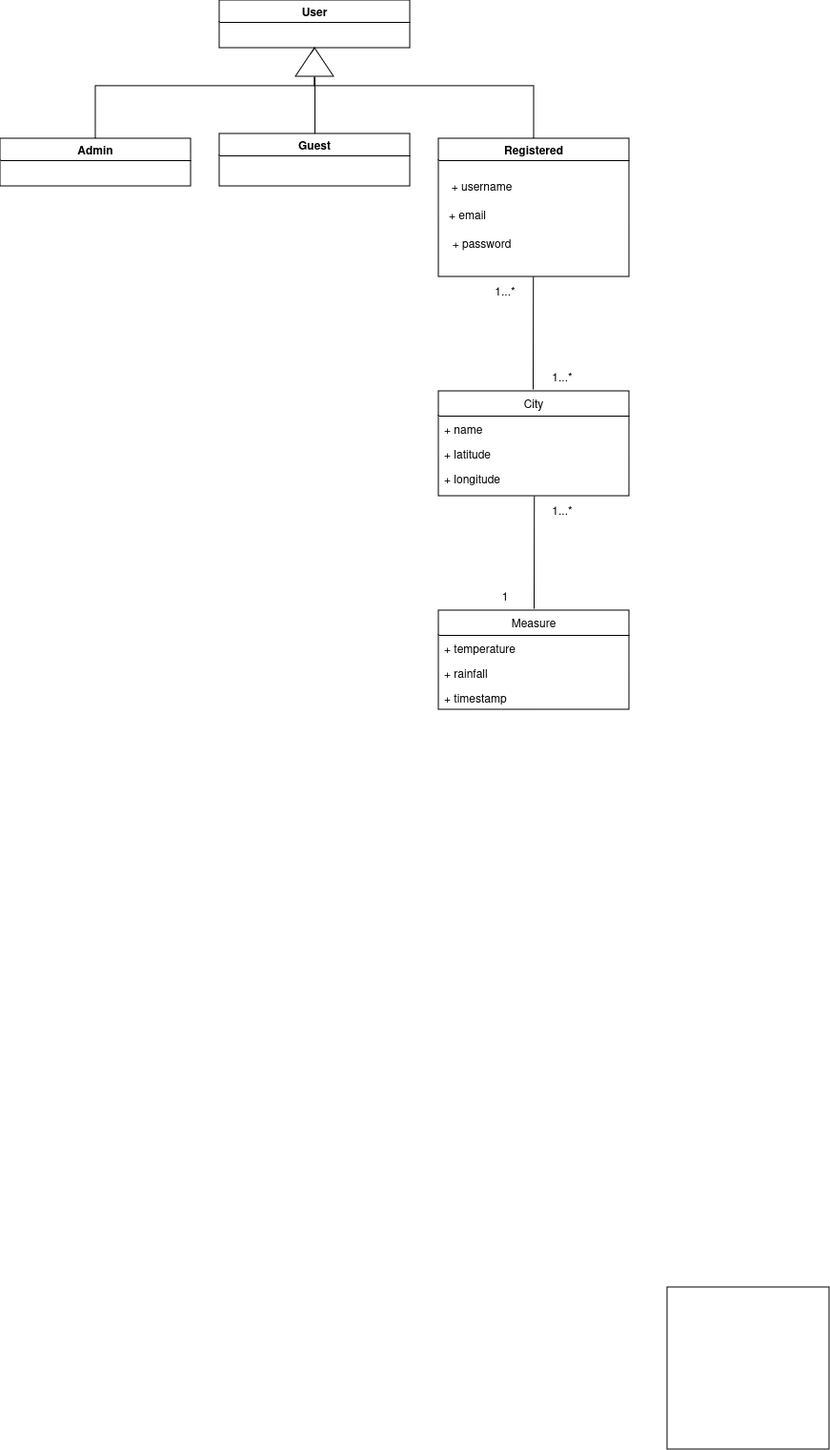
Before: uml.png, a diagram exported from draw.io (AlessioSmn/Italy-Weather-Prediction-App). Source tidied: cells renumbered, new cells last; positions are measured from the earlier drawing's top-left corner, leaving out a move shared by most shapes.
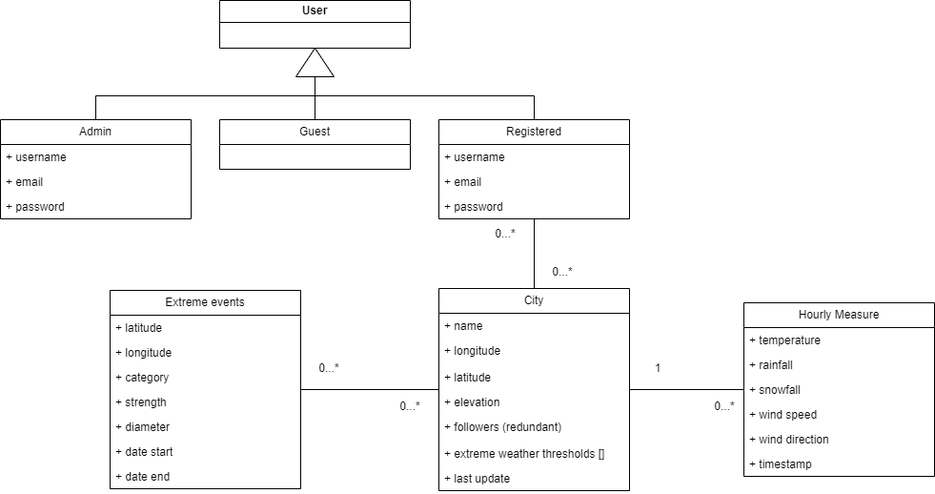
Later version of the same file.

Change to the diagram source:
```diff
@@ -2,66 +2,99 @@
   <root>
     <mxCell id="0" />
     <mxCell id="1" parent="0" />
-    <mxCell id="2" style="whiteSpace=wrap;html=1;" parent="1" vertex="1">
-      <mxGeometry x="700" y="1350" width="170" height="170" as="geometry" />
-    </mxCell>
     <mxCell id="3" value="User" style="swimlane;whiteSpace=wrap;html=1;startSize=23;" parent="1" vertex="1">
-      <mxGeometry x="230" width="200" height="50" as="geometry" />
+      <mxGeometry x="-60" y="-190" width="200" height="50" as="geometry" />
     </mxCell>
-    <mxCell id="4" style="edgeStyle=orthogonalEdgeStyle;rounded=0;jettySize=auto;html=1;exitX=0.5;exitY=0;exitDx=0;exitDy=0;entryX=0.5;entryY=1;entryDx=0;entryDy=0;" parent="1" edge="1" source="5" target="3">
+    <mxCell id="4" style="edgeStyle=orthogonalEdgeStyle;rounded=0;jettySize=auto;html=1;entryX=0.5;entryY=1;entryDx=0;entryDy=0;" parent="1" edge="1" source="5" target="3">
       <mxGeometry relative="1" as="geometry" />
     </mxCell>
-    <mxCell id="5" value="Guest" style="swimlane;whiteSpace=wrap;html=1;" parent="1" vertex="1">
-      <mxGeometry x="230" y="140" width="200" height="55" as="geometry" />
-    </mxCell>
-    <mxCell id="6" style="edgeStyle=orthogonalEdgeStyle;rounded=0;jettySize=auto;html=1;exitX=0.5;exitY=0;exitDx=0;exitDy=0;entryX=0.5;entryY=1;entryDx=0;entryDy=0;" parent="1" edge="1" source="7" target="3">
+    <mxCell id="6" style="edgeStyle=orthogonalEdgeStyle;rounded=0;jettySize=auto;html=1;entryX=0.5;entryY=1;entryDx=0;entryDy=0;" parent="1" edge="1" source="7" target="3">
       <mxGeometry relative="1" as="geometry">
         <Array as="points">
-          <mxPoint x="100" y="90" />
-          <mxPoint x="330" y="90" />
+          <mxPoint x="-190" y="-90" />
+          <mxPoint x="40" y="-90" />
         </Array>
       </mxGeometry>
     </mxCell>
-    <mxCell id="7" value="Admin" style="swimlane;whiteSpace=wrap;html=1;" parent="1" vertex="1">
-      <mxGeometry y="145" width="200" height="50" as="geometry" />
-    </mxCell>
     <mxCell id="8" style="edgeStyle=orthogonalEdgeStyle;rounded=0;jettySize=auto;html=1;entryX=1;entryY=0.5;entryDx=0;entryDy=0;" parent="1" edge="1" source="9" target="13">
       <mxGeometry relative="1" as="geometry">
         <Array as="points">
-          <mxPoint x="560" y="90" />
-          <mxPoint x="330" y="90" />
+          <mxPoint x="270" y="-90" />
+          <mxPoint x="40" y="-90" />
         </Array>
       </mxGeometry>
     </mxCell>
-    <mxCell id="9" value="Registered" style="swimlane;whiteSpace=wrap;html=1;startSize=23;" parent="1" vertex="1">
-      <mxGeometry x="460" y="145" width="200" height="145" as="geometry" />
-    </mxCell>
-    <mxCell id="10" value="&lt;div&gt;+ username&lt;/div&gt;" style="text;html=1;align=center;verticalAlign=middle;strokeColor=none;fillColor=none;" parent="9" vertex="1">
-      <mxGeometry y="35" width="90" height="30" as="geometry" />
-    </mxCell>
-    <mxCell id="11" value="+ email" style="text;html=1;align=center;verticalAlign=middle;strokeColor=none;fillColor=none;" parent="9" vertex="1">
-      <mxGeometry y="65" width="60" height="30" as="geometry" />
-    </mxCell>
-    <mxCell id="12" value="+ password" style="text;html=1;align=center;verticalAlign=middle;strokeColor=none;fillColor=none;" parent="9" vertex="1">
-      <mxGeometry y="95" width="90" height="30" as="geometry" />
-    </mxCell>
     <mxCell id="13" style="triangle;whiteSpace=wrap;html=1;direction=north;" parent="1" vertex="1">
-      <mxGeometry x="310" y="50" width="40" height="30" as="geometry" />
+      <mxGeometry x="20" y="-140" width="40" height="30" as="geometry" />
     </mxCell>
+    <mxCell id="22" style="endArrow=none;html=1;rounded=0;" parent="1" edge="1" source="14" target="9">
+      <mxGeometry relative="1" as="geometry" />
+    </mxCell>
+    <mxCell id="25" style="endArrow=none;html=1;rounded=0;" parent="1" edge="1" source="18" target="14">
+      <mxGeometry relative="1" as="geometry" />
+    </mxCell>
+    <mxCell id="28" value="Extreme events" style="swimlane;fontStyle=0;horizontal=1;startSize=26;fillColor=none;whiteSpace=wrap;html=1;" parent="1" vertex="1">
+      <mxGeometry x="-175" y="114" width="200" height="208" as="geometry" />
+    </mxCell>
+    <mxCell id="29" value="+ latitude" style="text;strokeColor=none;fillColor=none;align=left;verticalAlign=top;spacingLeft=4;spacingRight=4;overflow=hidden;whiteSpace=wrap;html=1;" parent="28" vertex="1">
+      <mxGeometry y="26" width="200" height="26" as="geometry" />
+    </mxCell>
+    <mxCell id="30" value="+ longitude" style="text;strokeColor=none;fillColor=none;align=left;verticalAlign=top;spacingLeft=4;spacingRight=4;overflow=hidden;whiteSpace=wrap;html=1;" parent="28" vertex="1">
+      <mxGeometry y="52" width="200" height="26" as="geometry" />
+    </mxCell>
+    <mxCell id="31" value="+ category" style="text;strokeColor=none;fillColor=none;align=left;verticalAlign=top;spacingLeft=4;spacingRight=4;overflow=hidden;whiteSpace=wrap;html=1;" parent="28" vertex="1">
+      <mxGeometry y="78" width="200" height="26" as="geometry" />
+    </mxCell>
+    <mxCell id="32" value="+ strength" style="text;strokeColor=none;fillColor=none;align=left;verticalAlign=top;spacingLeft=4;spacingRight=4;overflow=hidden;whiteSpace=wrap;html=1;" parent="28" vertex="1">
+      <mxGeometry y="104" width="200" height="26" as="geometry" />
+    </mxCell>
+    <mxCell id="33" value="+ diameter" style="text;strokeColor=none;fillColor=none;align=left;verticalAlign=top;spacingLeft=4;spacingRight=4;overflow=hidden;whiteSpace=wrap;html=1;" parent="28" vertex="1">
+      <mxGeometry y="130" width="200" height="26" as="geometry" />
+    </mxCell>
+    <mxCell id="34" value="+ date start" style="text;strokeColor=none;fillColor=none;align=left;verticalAlign=top;spacingLeft=4;spacingRight=4;overflow=hidden;whiteSpace=wrap;html=1;" parent="28" vertex="1">
+      <mxGeometry y="156" width="200" height="26" as="geometry" />
+    </mxCell>
+    <mxCell id="35" value="+ date end" style="text;strokeColor=none;fillColor=none;align=left;verticalAlign=top;spacingLeft=4;spacingRight=4;overflow=hidden;whiteSpace=wrap;html=1;" parent="28" vertex="1">
+      <mxGeometry y="182" width="200" height="26" as="geometry" />
+    </mxCell>
+    <mxCell id="36" style="edgeStyle=orthogonalEdgeStyle;rounded=0;jettySize=auto;html=1;endArrow=none;endFill=0;" parent="1" edge="1" source="28" target="14">
+      <mxGeometry relative="1" as="geometry" />
+    </mxCell>
+    <mxCell id="37" value="0...*" style="text;html=1;align=center;verticalAlign=middle;whiteSpace=wrap;rounded=0;" parent="1" vertex="1">
+      <mxGeometry x="25" y="181" width="60" height="30" as="geometry" />
+    </mxCell>
+    <mxCell id="38" value="0...*" style="text;html=1;align=center;verticalAlign=middle;whiteSpace=wrap;rounded=0;" parent="1" vertex="1">
+      <mxGeometry x="110" y="221" width="60" height="30" as="geometry" />
+    </mxCell>
     <mxCell id="14" value="City" style="swimlane;fontStyle=0;horizontal=1;startSize=26;fillColor=none;whiteSpace=wrap;html=1;" parent="1" vertex="1">
-      <mxGeometry x="460" y="410" width="200" height="110" as="geometry" />
+      <mxGeometry x="170" y="112" width="200" height="212" as="geometry" />
     </mxCell>
     <mxCell id="15" value="+ name" style="text;strokeColor=none;fillColor=none;align=left;verticalAlign=top;spacingLeft=4;spacingRight=4;overflow=hidden;whiteSpace=wrap;html=1;" parent="14" vertex="1">
       <mxGeometry y="26" width="200" height="26" as="geometry" />
     </mxCell>
+    <mxCell id="17" value="+ longitude" style="text;strokeColor=none;fillColor=none;align=left;verticalAlign=top;spacingLeft=4;spacingRight=4;overflow=hidden;whiteSpace=wrap;html=1;" parent="14" vertex="1">
+      <mxGeometry y="52" width="200" height="28" as="geometry" />
+    </mxCell>
+    <mxCell id="39" value="+ latitude" style="text;strokeColor=none;fillColor=none;align=left;verticalAlign=top;spacingLeft=4;spacingRight=4;overflow=hidden;whiteSpace=wrap;html=1;" parent="14" vertex="1">
+      <mxGeometry y="80" width="200" height="26" as="geometry" />
+    </mxCell>
+    <mxCell id="40" value="+ elevation" style="text;strokeColor=none;fillColor=none;align=left;verticalAlign=top;spacingLeft=4;spacingRight=4;overflow=hidden;whiteSpace=wrap;html=1;" parent="14" vertex="1">
+      <mxGeometry y="106" width="200" height="26" as="geometry" />
+    </mxCell>
+    <mxCell id="41" value="+ followers (redundant)" style="text;strokeColor=none;fillColor=none;align=left;verticalAlign=top;spacingLeft=4;spacingRight=4;overflow=hidden;whiteSpace=wrap;html=1;" parent="14" vertex="1">
+      <mxGeometry y="132" width="200" height="28" as="geometry" />
+    </mxCell>
+    <mxCell id="42" value="+ extreme weather thresholds []" style="text;strokeColor=none;fillColor=none;align=left;verticalAlign=top;spacingLeft=4;spacingRight=4;overflow=hidden;whiteSpace=wrap;html=1;" parent="14" vertex="1">
+      <mxGeometry y="160" width="200" height="26" as="geometry" />
+    </mxCell>
-    <mxCell id="16" value="+ latitude" style="text;strokeColor=none;fillColor=none;align=left;verticalAlign=top;spacingLeft=4;spacingRight=4;overflow=hidden;whiteSpace=wrap;html=1;" parent="14" vertex="1">
-      <mxGeometry y="52" width="200" height="26" as="geometry" />
+    <mxCell id="16" value="+ last update" style="text;strokeColor=none;fillColor=none;align=left;verticalAlign=top;spacingLeft=4;spacingRight=4;overflow=hidden;whiteSpace=wrap;html=1;" parent="14" vertex="1">
+      <mxGeometry y="186" width="200" height="26" as="geometry" />
     </mxCell>
-    <mxCell id="17" value="+ longitude" style="text;strokeColor=none;fillColor=none;align=left;verticalAlign=top;spacingLeft=4;spacingRight=4;overflow=hidden;whiteSpace=wrap;html=1;" parent="14" vertex="1">
-      <mxGeometry y="78" width="200" height="32" as="geometry" />
-    </mxCell>
+    <mxCell id="24" value="0...*" style="text;html=1;align=center;verticalAlign=middle;whiteSpace=wrap;rounded=0;" parent="1" vertex="1">
+      <mxGeometry x="270" y="80" width="60" height="30" as="geometry" />
+    </mxCell>
-    <mxCell id="18" value="Measure" style="swimlane;fontStyle=0;horizontal=1;startSize=26;fillColor=none;whiteSpace=wrap;html=1;" parent="1" vertex="1">
-      <mxGeometry x="460" y="640" width="200" height="104" as="geometry" />
+    <mxCell id="18" value="Hourly Measure" style="swimlane;fontStyle=0;horizontal=1;startSize=26;fillColor=none;whiteSpace=wrap;html=1;" parent="1" vertex="1">
+      <mxGeometry x="490" y="127" width="200" height="182" as="geometry" />
     </mxCell>
     <mxCell id="19" value="+ temperature" style="text;strokeColor=none;fillColor=none;align=left;verticalAlign=top;spacingLeft=4;spacingRight=4;overflow=hidden;whiteSpace=wrap;html=1;" parent="18" vertex="1">
       <mxGeometry y="26" width="200" height="26" as="geometry" />
@@ -69,32 +102,53 @@
     <mxCell id="20" value="+ rainfall" style="text;strokeColor=none;fillColor=none;align=left;verticalAlign=top;spacingLeft=4;spacingRight=4;overflow=hidden;whiteSpace=wrap;html=1;" parent="18" vertex="1">
       <mxGeometry y="52" width="200" height="26" as="geometry" />
     </mxCell>
+    <mxCell id="43" value="+ snowfall" style="text;strokeColor=none;fillColor=none;align=left;verticalAlign=top;spacingLeft=4;spacingRight=4;overflow=hidden;whiteSpace=wrap;html=1;" parent="18" vertex="1">
+      <mxGeometry y="78" width="200" height="26" as="geometry" />
+    </mxCell>
+    <mxCell id="44" value="+ wind speed" style="text;strokeColor=none;fillColor=none;align=left;verticalAlign=top;spacingLeft=4;spacingRight=4;overflow=hidden;whiteSpace=wrap;html=1;" parent="18" vertex="1">
+      <mxGeometry y="104" width="200" height="26" as="geometry" />
+    </mxCell>
+    <mxCell id="45" value="+ wind direction" style="text;strokeColor=none;fillColor=none;align=left;verticalAlign=top;spacingLeft=4;spacingRight=4;overflow=hidden;whiteSpace=wrap;html=1;" parent="18" vertex="1">
+      <mxGeometry y="130" width="200" height="26" as="geometry" />
+    </mxCell>
     <mxCell id="21" value="+ timestamp" style="text;strokeColor=none;fillColor=none;align=left;verticalAlign=top;spacingLeft=4;spacingRight=4;overflow=hidden;whiteSpace=wrap;html=1;" parent="18" vertex="1">
-      <mxGeometry y="78" width="200" height="26" as="geometry" />
+      <mxGeometry y="156" width="200" height="26" as="geometry" />
     </mxCell>
-    <mxCell id="22" style="endArrow=none;html=1;rounded=0;" parent="1" edge="1">
-      <mxGeometry relative="1" as="geometry">
-        <mxPoint x="559" y="408" as="sourcePoint" />
-        <mxPoint x="559.2" y="290" as="targetPoint" />
-      </mxGeometry>
-    </mxCell>
+    <mxCell id="27" value="1" style="text;html=1;align=center;verticalAlign=middle;whiteSpace=wrap;rounded=0;" parent="1" vertex="1">
+      <mxGeometry x="370" y="181" width="60" height="30" as="geometry" />
+    </mxCell>
+    <mxCell id="26" value="0...*" style="text;html=1;align=center;verticalAlign=middle;whiteSpace=wrap;rounded=0;" parent="1" vertex="1">
+      <mxGeometry x="440" y="221" width="60" height="30" as="geometry" />
+    </mxCell>
+    <mxCell id="7" value="Admin" style="swimlane;fontStyle=0;horizontal=1;startSize=26;fillColor=none;whiteSpace=wrap;html=1;" parent="1" vertex="1">
+      <mxGeometry x="-290" y="-65" width="200" height="104" as="geometry" />
+    </mxCell>
+    <mxCell id="46" value="+ username" style="text;strokeColor=none;fillColor=none;align=left;verticalAlign=top;spacingLeft=4;spacingRight=4;overflow=hidden;whiteSpace=wrap;html=1;" parent="7" vertex="1">
+      <mxGeometry y="26" width="200" height="26" as="geometry" />
+    </mxCell>
+    <mxCell id="47" value="+ email" style="text;strokeColor=none;fillColor=none;align=left;verticalAlign=top;spacingLeft=4;spacingRight=4;overflow=hidden;whiteSpace=wrap;html=1;" parent="7" vertex="1">
+      <mxGeometry y="52" width="200" height="26" as="geometry" />
+    </mxCell>
+    <mxCell id="48" value="+ password" style="text;strokeColor=none;fillColor=none;align=left;verticalAlign=top;spacingLeft=4;spacingRight=4;overflow=hidden;whiteSpace=wrap;html=1;" parent="7" vertex="1">
+      <mxGeometry y="78" width="200" height="26" as="geometry" />
+    </mxCell>
+    <mxCell id="9" value="Registered" style="swimlane;fontStyle=0;horizontal=1;startSize=26;fillColor=none;whiteSpace=wrap;html=1;" parent="1" vertex="1">
+      <mxGeometry x="170" y="-65" width="200" height="104" as="geometry" />
+    </mxCell>
+    <mxCell id="49" value="+ username" style="text;strokeColor=none;fillColor=none;align=left;verticalAlign=top;spacingLeft=4;spacingRight=4;overflow=hidden;whiteSpace=wrap;html=1;" parent="9" vertex="1">
+      <mxGeometry y="26" width="200" height="26" as="geometry" />
+    </mxCell>
+    <mxCell id="50" value="+ email" style="text;strokeColor=none;fillColor=none;align=left;verticalAlign=top;spacingLeft=4;spacingRight=4;overflow=hidden;whiteSpace=wrap;html=1;" parent="9" vertex="1">
+      <mxGeometry y="52" width="200" height="26" as="geometry" />
+    </mxCell>
+    <mxCell id="51" value="+ password" style="text;strokeColor=none;fillColor=none;align=left;verticalAlign=top;spacingLeft=4;spacingRight=4;overflow=hidden;whiteSpace=wrap;html=1;" parent="9" vertex="1">
+      <mxGeometry y="78" width="200" height="26" as="geometry" />
+    </mxCell>
+    <mxCell id="5" value="Guest" style="swimlane;fontStyle=0;horizontal=1;startSize=26;fillColor=none;whiteSpace=wrap;html=1;" parent="1" vertex="1">
+      <mxGeometry x="-60" y="-65" width="200" height="52" as="geometry" />
+    </mxCell>
-    <mxCell id="23" value="1...*" style="text;html=1;align=center;verticalAlign=middle;whiteSpace=wrap;rounded=0;" parent="1" vertex="1">
-      <mxGeometry x="500" y="290" width="60" height="30" as="geometry" />
+    <mxCell id="23" value="0...*" style="text;html=1;align=center;verticalAlign=middle;whiteSpace=wrap;rounded=0;" parent="1" vertex="1">
+      <mxGeometry x="210" y="40" width="60" height="30" as="geometry" />
     </mxCell>
-    <mxCell id="24" value="1...*" style="text;html=1;align=center;verticalAlign=middle;whiteSpace=wrap;rounded=0;" parent="1" vertex="1">
-      <mxGeometry x="560" y="380" width="60" height="30" as="geometry" />
-    </mxCell>
-    <mxCell id="25" style="endArrow=none;html=1;rounded=0;" parent="1" edge="1">
-      <mxGeometry relative="1" as="geometry">
-        <mxPoint x="560" y="638" as="sourcePoint" />
-        <mxPoint x="560.2" y="520" as="targetPoint" />
-      </mxGeometry>
-    </mxCell>
-    <mxCell id="26" value="1...*" style="text;html=1;align=center;verticalAlign=middle;whiteSpace=wrap;rounded=0;" parent="1" vertex="1">
-      <mxGeometry x="560" y="520" width="60" height="30" as="geometry" />
-    </mxCell>
-    <mxCell id="27" value="1" style="text;html=1;align=center;verticalAlign=middle;whiteSpace=wrap;rounded=0;" parent="1" vertex="1">
-      <mxGeometry x="500" y="610" width="60" height="30" as="geometry" />
-    </mxCell>
   </root>
 </mxGraphModel>
```
